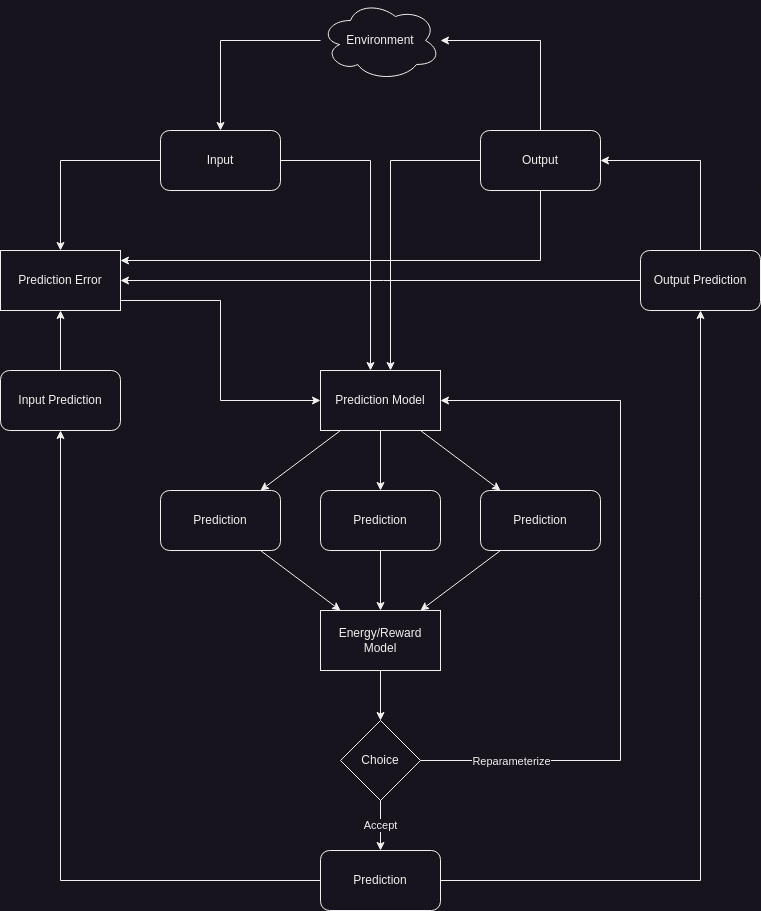
Earlier version of the draw.io export active_inference.png (mtaylor91/ai). Source tidied: cells renumbered, new cells last; positions are measured from the earlier drawing's top-left corner, leaving out a move shared by most shapes. Source of this version:
```xml
<mxGraphModel>
  <root>
    <mxCell id="0" />
    <mxCell id="1" parent="0" />
    <mxCell id="2" style="edgeStyle=orthogonalEdgeStyle;rounded=0;jettySize=auto;html=1;" parent="1" edge="1" source="4" target="25">
      <mxGeometry relative="1" as="geometry" />
    </mxCell>
    <mxCell id="3" style="edgeStyle=orthogonalEdgeStyle;rounded=0;jettySize=auto;html=1;" parent="1" edge="1" source="4" target="8">
      <mxGeometry relative="1" as="geometry">
        <Array as="points">
          <mxPoint x="370" y="160" />
        </Array>
      </mxGeometry>
    </mxCell>
    <mxCell id="4" value="Input" style="rounded=1;whiteSpace=wrap;html=1;" parent="1" vertex="1">
      <mxGeometry x="160" y="130" width="120" height="60" as="geometry" />
    </mxCell>
    <mxCell id="5" style="edgeStyle=orthogonalEdgeStyle;rounded=0;jettySize=auto;html=1;" parent="1" edge="1" source="8" target="10">
      <mxGeometry relative="1" as="geometry" />
    </mxCell>
    <mxCell id="6" style="rounded=0;jettySize=auto;html=1;" parent="1" edge="1" source="8" target="18">
      <mxGeometry relative="1" as="geometry" />
    </mxCell>
    <mxCell id="7" style="rounded=0;jettySize=auto;html=1;" parent="1" edge="1" source="8" target="16">
      <mxGeometry relative="1" as="geometry" />
    </mxCell>
    <mxCell id="8" value="Prediction Model" style="rounded=0;whiteSpace=wrap;html=1;" parent="1" vertex="1">
      <mxGeometry x="320" y="370" width="120" height="60" as="geometry" />
    </mxCell>
    <mxCell id="9" style="edgeStyle=orthogonalEdgeStyle;rounded=0;jettySize=auto;html=1;" parent="1" edge="1" source="10" target="27">
      <mxGeometry relative="1" as="geometry" />
    </mxCell>
    <mxCell id="10" value="Prediction" style="rounded=1;whiteSpace=wrap;html=1;" parent="1" vertex="1">
      <mxGeometry x="320" y="490" width="120" height="60" as="geometry" />
    </mxCell>
    <mxCell id="11" style="edgeStyle=orthogonalEdgeStyle;rounded=0;jettySize=auto;html=1;" parent="1" edge="1" source="14" target="20">
      <mxGeometry relative="1" as="geometry">
        <Array as="points">
          <mxPoint x="540" y="40" />
        </Array>
      </mxGeometry>
    </mxCell>
    <mxCell id="12" style="edgeStyle=orthogonalEdgeStyle;rounded=0;jettySize=auto;html=1;" parent="1" edge="1" source="14" target="25">
      <mxGeometry relative="1" as="geometry">
        <Array as="points">
          <mxPoint x="540" y="260" />
        </Array>
      </mxGeometry>
    </mxCell>
    <mxCell id="13" style="edgeStyle=orthogonalEdgeStyle;rounded=0;jettySize=auto;html=1;" parent="1" edge="1" source="14" target="8">
      <mxGeometry relative="1" as="geometry">
        <Array as="points">
          <mxPoint x="390" y="160" />
        </Array>
      </mxGeometry>
    </mxCell>
    <mxCell id="14" value="Output" style="rounded=1;whiteSpace=wrap;html=1;" parent="1" vertex="1">
      <mxGeometry x="480" y="130" width="120" height="60" as="geometry" />
    </mxCell>
    <mxCell id="15" style="rounded=0;jettySize=auto;html=1;" parent="1" edge="1" source="16" target="27">
      <mxGeometry relative="1" as="geometry" />
    </mxCell>
    <mxCell id="16" value="Prediction" style="rounded=1;whiteSpace=wrap;html=1;" parent="1" vertex="1">
      <mxGeometry x="480" y="490" width="120" height="60" as="geometry" />
    </mxCell>
    <mxCell id="17" style="rounded=0;jettySize=auto;html=1;" parent="1" edge="1" source="18" target="27">
      <mxGeometry relative="1" as="geometry" />
    </mxCell>
    <mxCell id="18" value="Prediction" style="rounded=1;whiteSpace=wrap;html=1;" parent="1" vertex="1">
      <mxGeometry x="160" y="490" width="120" height="60" as="geometry" />
    </mxCell>
    <mxCell id="19" style="edgeStyle=orthogonalEdgeStyle;rounded=0;jettySize=auto;html=1;" parent="1" edge="1" source="20" target="4">
      <mxGeometry relative="1" as="geometry" />
    </mxCell>
    <mxCell id="20" value="Environment" style="ellipse;shape=cloud;whiteSpace=wrap;html=1;" parent="1" vertex="1">
      <mxGeometry x="320" width="120" height="80" as="geometry" />
    </mxCell>
    <mxCell id="21" style="edgeStyle=orthogonalEdgeStyle;rounded=0;jettySize=auto;html=1;" parent="1" edge="1" source="23" target="29">
      <mxGeometry relative="1" as="geometry" />
    </mxCell>
    <mxCell id="22" style="edgeStyle=orthogonalEdgeStyle;rounded=0;jettySize=auto;html=1;" parent="1" edge="1" source="23" target="32">
      <mxGeometry relative="1" as="geometry" />
    </mxCell>
    <mxCell id="23" value="Prediction" style="rounded=1;whiteSpace=wrap;html=1;" parent="1" vertex="1">
      <mxGeometry x="320" y="850" width="120" height="60" as="geometry" />
    </mxCell>
    <mxCell id="24" style="edgeStyle=orthogonalEdgeStyle;rounded=0;jettySize=auto;html=1;" parent="1" edge="1" source="25" target="8">
      <mxGeometry relative="1" as="geometry">
        <Array as="points">
          <mxPoint x="220" y="300" />
          <mxPoint x="220" y="400" />
        </Array>
      </mxGeometry>
    </mxCell>
    <mxCell id="25" value="Prediction Error" style="rounded=0;whiteSpace=wrap;html=1;" parent="1" vertex="1">
      <mxGeometry y="250" width="120" height="60" as="geometry" />
    </mxCell>
    <mxCell id="26" style="edgeStyle=orthogonalEdgeStyle;rounded=0;jettySize=auto;html=1;" parent="1" edge="1" source="27" target="36">
      <mxGeometry relative="1" as="geometry" />
    </mxCell>
    <mxCell id="27" value="Energy/Reward Model" style="rounded=0;whiteSpace=wrap;html=1;" parent="1" vertex="1">
      <mxGeometry x="320" y="610" width="120" height="60" as="geometry" />
    </mxCell>
    <mxCell id="28" style="edgeStyle=orthogonalEdgeStyle;rounded=0;jettySize=auto;html=1;" parent="1" edge="1" source="29" target="25">
      <mxGeometry relative="1" as="geometry" />
    </mxCell>
    <mxCell id="29" value="Input Prediction" style="rounded=1;whiteSpace=wrap;html=1;" parent="1" vertex="1">
      <mxGeometry y="370" width="120" height="60" as="geometry" />
    </mxCell>
    <mxCell id="30" style="edgeStyle=orthogonalEdgeStyle;rounded=0;jettySize=auto;html=1;" parent="1" edge="1" source="32" target="25">
      <mxGeometry relative="1" as="geometry" />
    </mxCell>
    <mxCell id="31" style="edgeStyle=orthogonalEdgeStyle;rounded=0;jettySize=auto;html=1;" parent="1" edge="1" source="32" target="14">
      <mxGeometry relative="1" as="geometry">
        <Array as="points">
          <mxPoint x="700" y="160" />
        </Array>
      </mxGeometry>
    </mxCell>
    <mxCell id="32" value="Output Prediction" style="rounded=1;whiteSpace=wrap;html=1;" parent="1" vertex="1">
      <mxGeometry x="640" y="250" width="120" height="60" as="geometry" />
    </mxCell>
    <mxCell id="33" value="Accept" style="edgeStyle=orthogonalEdgeStyle;rounded=0;jettySize=auto;html=1;" parent="1" edge="1" source="36" target="23">
      <mxGeometry relative="1" as="geometry" />
    </mxCell>
    <mxCell id="34" style="edgeStyle=orthogonalEdgeStyle;rounded=0;jettySize=auto;html=1;" parent="1" edge="1" source="36" target="8">
      <mxGeometry relative="1" as="geometry">
        <Array as="points">
          <mxPoint x="620" y="760" />
          <mxPoint x="620" y="400" />
        </Array>
      </mxGeometry>
    </mxCell>
    <mxCell id="35" value="Reparameterize" style="edgeLabel;html=1;align=center;verticalAlign=middle;" parent="34" vertex="1">
      <mxGeometry x="-0.97" relative="1" as="geometry">
        <mxPoint x="78" as="offset" />
      </mxGeometry>
    </mxCell>
    <mxCell id="36" value="Choice" style="rhombus;whiteSpace=wrap;html=1;" parent="1" vertex="1">
      <mxGeometry x="340" y="720" width="80" height="80" as="geometry" />
    </mxCell>
  </root>
</mxGraphModel>
```
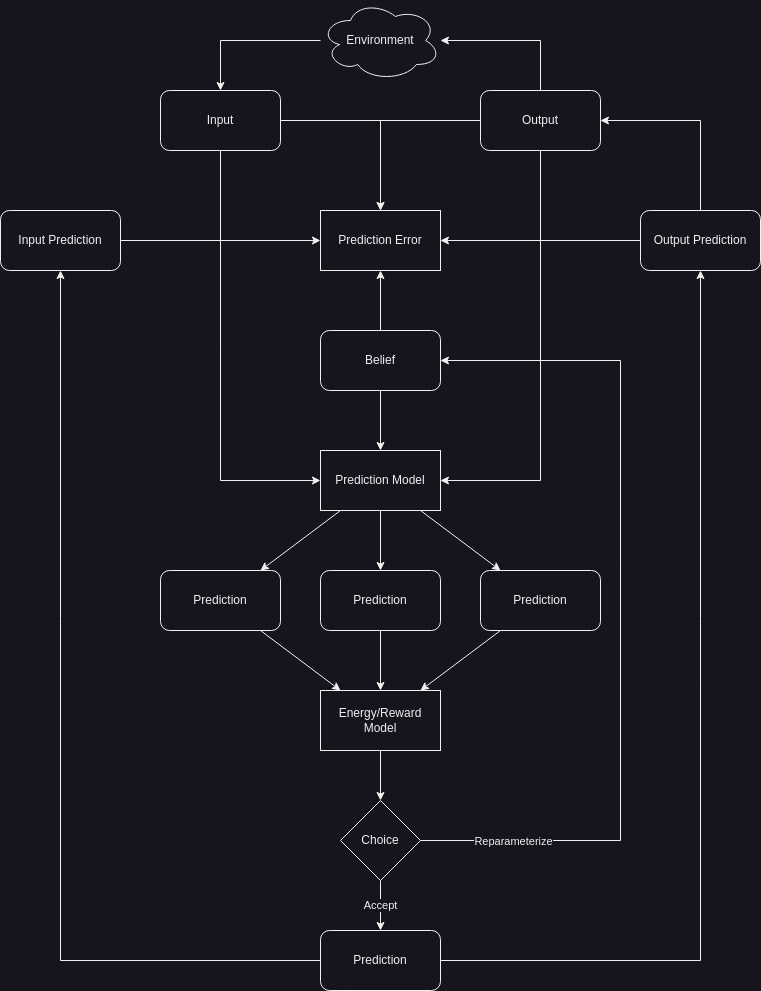
After the commit.

What changed in the source:
```diff
@@ -2,18 +2,18 @@
   <root>
     <mxCell id="0" />
     <mxCell id="1" parent="0" />
+    <mxCell id="3" style="edgeStyle=orthogonalEdgeStyle;rounded=0;jettySize=auto;html=1;entryX=0;entryY=0.5;entryDx=0;entryDy=0;" parent="1" edge="1" source="4" target="8">
+      <mxGeometry relative="1" as="geometry">
+        <Array as="points">
+          <mxPoint x="220" y="400" />
+        </Array>
+      </mxGeometry>
+    </mxCell>
     <mxCell id="2" style="edgeStyle=orthogonalEdgeStyle;rounded=0;jettySize=auto;html=1;" parent="1" edge="1" source="4" target="25">
       <mxGeometry relative="1" as="geometry" />
     </mxCell>
-    <mxCell id="3" style="edgeStyle=orthogonalEdgeStyle;rounded=0;jettySize=auto;html=1;" parent="1" edge="1" source="4" target="8">
-      <mxGeometry relative="1" as="geometry">
-        <Array as="points">
-          <mxPoint x="370" y="160" />
-        </Array>
-      </mxGeometry>
-    </mxCell>
     <mxCell id="4" value="Input" style="rounded=1;whiteSpace=wrap;html=1;" parent="1" vertex="1">
-      <mxGeometry x="160" y="130" width="120" height="60" as="geometry" />
+      <mxGeometry x="160" y="10" width="120" height="60" as="geometry" />
     </mxCell>
     <mxCell id="5" style="edgeStyle=orthogonalEdgeStyle;rounded=0;jettySize=auto;html=1;" parent="1" edge="1" source="8" target="10">
       <mxGeometry relative="1" as="geometry" />
@@ -33,29 +33,26 @@
     <mxCell id="10" value="Prediction" style="rounded=1;whiteSpace=wrap;html=1;" parent="1" vertex="1">
       <mxGeometry x="320" y="490" width="120" height="60" as="geometry" />
     </mxCell>
-    <mxCell id="11" style="edgeStyle=orthogonalEdgeStyle;rounded=0;jettySize=auto;html=1;" parent="1" edge="1" source="14" target="20">
+    <mxCell id="11" style="edgeStyle=orthogonalEdgeStyle;rounded=0;jettySize=auto;html=1;" parent="1" edge="1" source="14">
       <mxGeometry relative="1" as="geometry">
+        <mxPoint x="440" y="-40" as="targetPoint" />
         <Array as="points">
-          <mxPoint x="540" y="40" />
+          <mxPoint x="540" y="-40" />
         </Array>
       </mxGeometry>
     </mxCell>
+    <mxCell id="13" style="edgeStyle=orthogonalEdgeStyle;rounded=0;jettySize=auto;html=1;entryX=1;entryY=0.5;entryDx=0;entryDy=0;" parent="1" edge="1" source="14" target="8">
+      <mxGeometry relative="1" as="geometry">
+        <Array as="points">
+          <mxPoint x="540" y="400" />
+        </Array>
+      </mxGeometry>
+    </mxCell>
     <mxCell id="12" style="edgeStyle=orthogonalEdgeStyle;rounded=0;jettySize=auto;html=1;" parent="1" edge="1" source="14" target="25">
-      <mxGeometry relative="1" as="geometry">
-        <Array as="points">
-          <mxPoint x="540" y="260" />
-        </Array>
-      </mxGeometry>
+      <mxGeometry relative="1" as="geometry" />
     </mxCell>
-    <mxCell id="13" style="edgeStyle=orthogonalEdgeStyle;rounded=0;jettySize=auto;html=1;" parent="1" edge="1" source="14" target="8">
-      <mxGeometry relative="1" as="geometry">
-        <Array as="points">
-          <mxPoint x="390" y="160" />
-        </Array>
-      </mxGeometry>
-    </mxCell>
     <mxCell id="14" value="Output" style="rounded=1;whiteSpace=wrap;html=1;" parent="1" vertex="1">
-      <mxGeometry x="480" y="130" width="120" height="60" as="geometry" />
+      <mxGeometry x="480" y="10" width="120" height="60" as="geometry" />
     </mxCell>
     <mxCell id="15" style="rounded=0;jettySize=auto;html=1;" parent="1" edge="1" source="16" target="27">
       <mxGeometry relative="1" as="geometry" />
@@ -69,11 +66,13 @@
     <mxCell id="18" value="Prediction" style="rounded=1;whiteSpace=wrap;html=1;" parent="1" vertex="1">
       <mxGeometry x="160" y="490" width="120" height="60" as="geometry" />
     </mxCell>
-    <mxCell id="19" style="edgeStyle=orthogonalEdgeStyle;rounded=0;jettySize=auto;html=1;" parent="1" edge="1" source="20" target="4">
-      <mxGeometry relative="1" as="geometry" />
+    <mxCell id="19" style="edgeStyle=orthogonalEdgeStyle;rounded=0;jettySize=auto;html=1;" parent="1" edge="1" target="4">
+      <mxGeometry relative="1" as="geometry">
+        <mxPoint x="320" y="-40" as="sourcePoint" />
+      </mxGeometry>
     </mxCell>
     <mxCell id="20" value="Environment" style="ellipse;shape=cloud;whiteSpace=wrap;html=1;" parent="1" vertex="1">
-      <mxGeometry x="320" width="120" height="80" as="geometry" />
+      <mxGeometry x="320" y="-80" width="120" height="80" as="geometry" />
     </mxCell>
     <mxCell id="21" style="edgeStyle=orthogonalEdgeStyle;rounded=0;jettySize=auto;html=1;" parent="1" edge="1" source="23" target="29">
       <mxGeometry relative="1" as="geometry" />
@@ -84,17 +83,6 @@
     <mxCell id="23" value="Prediction" style="rounded=1;whiteSpace=wrap;html=1;" parent="1" vertex="1">
       <mxGeometry x="320" y="850" width="120" height="60" as="geometry" />
     </mxCell>
-    <mxCell id="24" style="edgeStyle=orthogonalEdgeStyle;rounded=0;jettySize=auto;html=1;" parent="1" edge="1" source="25" target="8">
-      <mxGeometry relative="1" as="geometry">
-        <Array as="points">
-          <mxPoint x="220" y="300" />
-          <mxPoint x="220" y="400" />
-        </Array>
-      </mxGeometry>
-    </mxCell>
-    <mxCell id="25" value="Prediction Error" style="rounded=0;whiteSpace=wrap;html=1;" parent="1" vertex="1">
-      <mxGeometry y="250" width="120" height="60" as="geometry" />
-    </mxCell>
     <mxCell id="26" style="edgeStyle=orthogonalEdgeStyle;rounded=0;jettySize=auto;html=1;" parent="1" edge="1" source="27" target="36">
       <mxGeometry relative="1" as="geometry" />
     </mxCell>
@@ -105,29 +93,29 @@
       <mxGeometry relative="1" as="geometry" />
     </mxCell>
     <mxCell id="29" value="Input Prediction" style="rounded=1;whiteSpace=wrap;html=1;" parent="1" vertex="1">
-      <mxGeometry y="370" width="120" height="60" as="geometry" />
+      <mxGeometry y="130" width="120" height="60" as="geometry" />
     </mxCell>
+    <mxCell id="31" style="edgeStyle=orthogonalEdgeStyle;rounded=0;jettySize=auto;html=1;entryX=1;entryY=0.5;entryDx=0;entryDy=0;" parent="1" edge="1" source="32" target="14">
+      <mxGeometry relative="1" as="geometry">
+        <Array as="points">
+          <mxPoint x="700" y="40" />
+        </Array>
+      </mxGeometry>
+    </mxCell>
     <mxCell id="30" style="edgeStyle=orthogonalEdgeStyle;rounded=0;jettySize=auto;html=1;" parent="1" edge="1" source="32" target="25">
       <mxGeometry relative="1" as="geometry" />
     </mxCell>
-    <mxCell id="31" style="edgeStyle=orthogonalEdgeStyle;rounded=0;jettySize=auto;html=1;" parent="1" edge="1" source="32" target="14">
-      <mxGeometry relative="1" as="geometry">
-        <Array as="points">
-          <mxPoint x="700" y="160" />
-        </Array>
-      </mxGeometry>
-    </mxCell>
     <mxCell id="32" value="Output Prediction" style="rounded=1;whiteSpace=wrap;html=1;" parent="1" vertex="1">
-      <mxGeometry x="640" y="250" width="120" height="60" as="geometry" />
+      <mxGeometry x="640" y="130" width="120" height="60" as="geometry" />
     </mxCell>
     <mxCell id="33" value="Accept" style="edgeStyle=orthogonalEdgeStyle;rounded=0;jettySize=auto;html=1;" parent="1" edge="1" source="36" target="23">
       <mxGeometry relative="1" as="geometry" />
     </mxCell>
-    <mxCell id="34" style="edgeStyle=orthogonalEdgeStyle;rounded=0;jettySize=auto;html=1;" parent="1" edge="1" source="36" target="8">
+    <mxCell id="34" style="edgeStyle=orthogonalEdgeStyle;rounded=0;jettySize=auto;html=1;entryX=1;entryY=0.5;entryDx=0;entryDy=0;" parent="1" edge="1" source="36" target="39">
       <mxGeometry relative="1" as="geometry">
         <Array as="points">
           <mxPoint x="620" y="760" />
-          <mxPoint x="620" y="400" />
+          <mxPoint x="620" y="280" />
         </Array>
       </mxGeometry>
     </mxCell>
@@ -139,5 +127,17 @@
     <mxCell id="36" value="Choice" style="rhombus;whiteSpace=wrap;html=1;" parent="1" vertex="1">
       <mxGeometry x="340" y="720" width="80" height="80" as="geometry" />
     </mxCell>
+    <mxCell id="37" style="edgeStyle=orthogonalEdgeStyle;rounded=0;jettySize=auto;html=1;" parent="1" edge="1" source="39" target="8">
+      <mxGeometry relative="1" as="geometry" />
+    </mxCell>
+    <mxCell id="38" style="edgeStyle=orthogonalEdgeStyle;rounded=0;jettySize=auto;html=1;" parent="1" edge="1" source="39" target="25">
+      <mxGeometry relative="1" as="geometry" />
+    </mxCell>
+    <mxCell id="39" value="Belief" style="rounded=1;whiteSpace=wrap;html=1;" parent="1" vertex="1">
+      <mxGeometry x="320" y="250" width="120" height="60" as="geometry" />
+    </mxCell>
+    <mxCell id="25" value="Prediction Error" style="rounded=0;whiteSpace=wrap;html=1;" parent="1" vertex="1">
+      <mxGeometry x="320" y="130" width="120" height="60" as="geometry" />
+    </mxCell>
   </root>
 </mxGraphModel>
```
